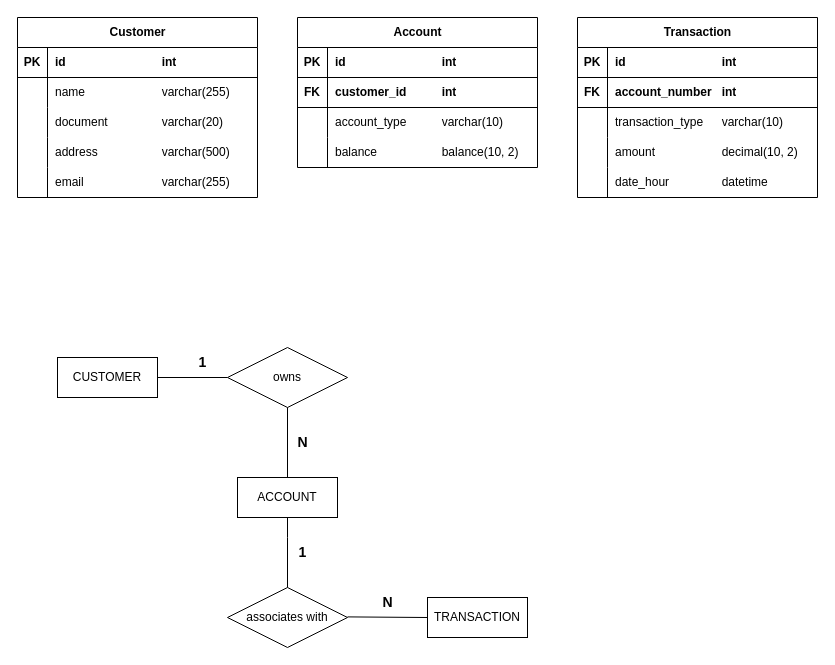
The draw.io diagram src/entities.diagram.drawio in joao21dev/contas-digitais, before the edit. Source tidied: cells renumbered, new cells numbered last; positions are measured from the earlier drawing's top-left corner, leaving out a move shared by most shapes. Both pictures are drawn from the tidied source at 100%, with x=0, y=0 at pixel (17, 17).
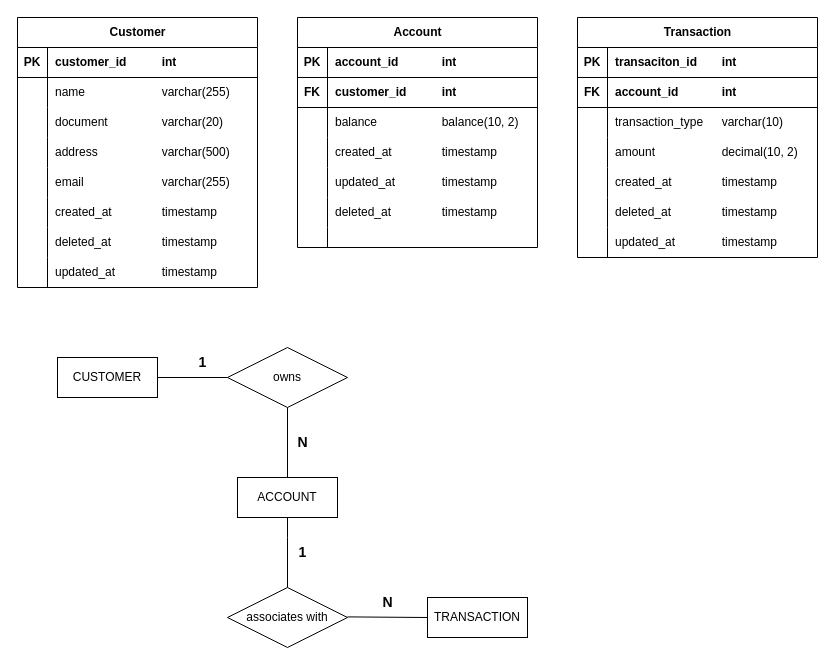
After the change.

The change refers to these unchanged cells:
```xml
<mxCell id="45" style="shape=tableRow;horizontal=0;startSize=0;swimlaneHead=0;swimlaneBody=0;fillColor=none;top=0;left=0;right=0;bottom=0;" parent="32" vertex="1">
  <mxGeometry y="150" width="240" height="30" as="geometry" />
</mxCell>
```

What changed in the source:
```diff
@@
     <mxCell id="3" value="Customer" style="shape=table;startSize=30;childLayout=tableLayout;rowLines=0;fontStyle=1;align=center;html=1;" parent="1" vertex="1">
-      <mxGeometry width="240" height="180" as="geometry" />
+      <mxGeometry width="240" height="270" as="geometry" />
     </mxCell>
@@
+    <mxCell id="65" style="shape=tableRow;horizontal=0;startSize=0;swimlaneHead=0;swimlaneBody=0;fillColor=none;top=0;left=0;right=0;bottom=0;" parent="3" vertex="1">
+      <mxGeometry y="180" width="240" height="30" as="geometry" />
+    </mxCell>
+    <mxCell id="66" style="shape=partialRectangle;fillColor=none;top=0;left=0;bottom=0;right=0;overflow=hidden;whiteSpace=wrap;html=1;" parent="65" vertex="1">
+      <mxGeometry width="30" height="30" as="geometry" />
+    </mxCell>
+    <mxCell id="67" value="created_at&lt;span style=&quot;white-space: pre;&quot;&gt;&#9;&lt;/span&gt;&lt;span style=&quot;white-space: pre;&quot;&gt;&#9;&lt;/span&gt;timestamp" style="shape=partialRectangle;fillColor=none;top=0;left=0;bottom=0;right=0;align=left;spacingLeft=6;overflow=hidden;whiteSpace=wrap;html=1;" parent="65" vertex="1">
+      <mxGeometry x="30" width="210" height="30" as="geometry" />
+    </mxCell>
+    <mxCell id="68" style="shape=tableRow;horizontal=0;startSize=0;swimlaneHead=0;swimlaneBody=0;fillColor=none;top=0;left=0;right=0;bottom=0;" parent="3" vertex="1">
+      <mxGeometry y="210" width="240" height="30" as="geometry" />
+    </mxCell>
+    <mxCell id="69" style="shape=partialRectangle;fillColor=none;top=0;left=0;bottom=0;right=0;overflow=hidden;whiteSpace=wrap;html=1;" parent="68" vertex="1">
+      <mxGeometry width="30" height="30" as="geometry" />
+    </mxCell>
+    <mxCell id="70" value="deleted_at&lt;span style=&quot;white-space: pre;&quot;&gt;&#9;&lt;/span&gt;&lt;span style=&quot;white-space: pre;&quot;&gt;&#9;&lt;/span&gt;timestamp" style="shape=partialRectangle;fillColor=none;top=0;left=0;bottom=0;right=0;align=left;spacingLeft=6;overflow=hidden;whiteSpace=wrap;html=1;" parent="68" vertex="1">
+      <mxGeometry x="30" width="210" height="30" as="geometry" />
+    </mxCell>
+    <mxCell id="71" style="shape=tableRow;horizontal=0;startSize=0;swimlaneHead=0;swimlaneBody=0;fillColor=none;top=0;left=0;right=0;bottom=0;" parent="3" vertex="1">
+      <mxGeometry y="240" width="240" height="30" as="geometry" />
+    </mxCell>
+    <mxCell id="72" style="shape=partialRectangle;fillColor=none;top=0;left=0;bottom=0;right=0;overflow=hidden;whiteSpace=wrap;html=1;" parent="71" vertex="1">
+      <mxGeometry width="30" height="30" as="geometry" />
+    </mxCell>
+    <mxCell id="73" value="updated_at&lt;span style=&quot;white-space: pre;&quot;&gt;&#9;&lt;/span&gt;&lt;span style=&quot;white-space: pre;&quot;&gt;&#9;&lt;/span&gt;timestamp" style="shape=partialRectangle;fillColor=none;top=0;left=0;bottom=0;right=0;align=left;spacingLeft=6;overflow=hidden;whiteSpace=wrap;html=1;" parent="71" vertex="1">
+      <mxGeometry x="30" width="210" height="30" as="geometry" />
+    </mxCell>
     <mxCell id="19" value="Account" style="shape=table;startSize=30;childLayout=tableLayout;rowLines=0;fontStyle=1;align=center;html=1;strokeColor=default;" parent="1" vertex="1">
-      <mxGeometry x="280" width="240" height="150" as="geometry" />
+      <mxGeometry x="280" width="240" height="230" as="geometry" />
     </mxCell>
@@
+    <mxCell id="29" style="shape=tableRow;horizontal=0;startSize=0;swimlaneHead=0;swimlaneBody=0;fillColor=none;top=0;left=0;right=0;bottom=0;" parent="19" vertex="1">
+      <mxGeometry y="90" width="240" height="30" as="geometry" />
+    </mxCell>
+    <mxCell id="30" style="shape=partialRectangle;fillColor=none;top=0;left=0;bottom=0;right=0;overflow=hidden;whiteSpace=wrap;html=1;" parent="29" vertex="1">
+      <mxGeometry width="30" height="30" as="geometry" />
+    </mxCell>
+    <mxCell id="31" value="balance&lt;span style=&quot;white-space: pre;&quot;&gt;&#9;&lt;/span&gt;&lt;span style=&quot;white-space: pre;&quot;&gt;&#9;&lt;/span&gt;&lt;span style=&quot;white-space: pre;&quot;&gt;&#9;&lt;/span&gt;balance(10, 2)" style="shape=partialRectangle;fillColor=none;top=0;left=0;bottom=0;right=0;align=left;spacingLeft=6;overflow=hidden;whiteSpace=wrap;html=1;" parent="29" vertex="1">
+      <mxGeometry x="30" width="210" height="30" as="geometry" />
+    </mxCell>
+    <mxCell id="74" style="shape=tableRow;horizontal=0;startSize=0;swimlaneHead=0;swimlaneBody=0;fillColor=none;top=0;left=0;right=0;bottom=0;" parent="19" vertex="1">
+      <mxGeometry y="120" width="240" height="30" as="geometry" />
+    </mxCell>
+    <mxCell id="75" style="shape=partialRectangle;fillColor=none;top=0;left=0;bottom=0;right=0;overflow=hidden;whiteSpace=wrap;html=1;" parent="74" vertex="1">
+      <mxGeometry width="30" height="30" as="geometry" />
+    </mxCell>
+    <mxCell id="76" value="created_at&amp;nbsp;&lt;span style=&quot;white-space: pre;&quot;&gt;&#9;&lt;/span&gt;&lt;span style=&quot;white-space: pre;&quot;&gt;&#9;&lt;/span&gt;timestamp" style="shape=partialRectangle;fillColor=none;top=0;left=0;bottom=0;right=0;align=left;spacingLeft=6;overflow=hidden;whiteSpace=wrap;html=1;" parent="74" vertex="1">
+      <mxGeometry x="30" width="210" height="30" as="geometry" />
+    </mxCell>
+    <mxCell id="77" style="shape=tableRow;horizontal=0;startSize=0;swimlaneHead=0;swimlaneBody=0;fillColor=none;top=0;left=0;right=0;bottom=0;" parent="19" vertex="1">
+      <mxGeometry y="150" width="240" height="30" as="geometry" />
+    </mxCell>
+    <mxCell id="78" style="shape=partialRectangle;fillColor=none;top=0;left=0;bottom=0;right=0;overflow=hidden;whiteSpace=wrap;html=1;" parent="77" vertex="1">
+      <mxGeometry width="30" height="30" as="geometry" />
+    </mxCell>
+    <mxCell id="79" value="updated_at&lt;span style=&quot;white-space: pre;&quot;&gt;&#9;&lt;/span&gt;&lt;span style=&quot;white-space: pre;&quot;&gt;&#9;&lt;/span&gt;timestamp" style="shape=partialRectangle;fillColor=none;top=0;left=0;bottom=0;right=0;align=left;spacingLeft=6;overflow=hidden;whiteSpace=wrap;html=1;" parent="77" vertex="1">
+      <mxGeometry x="30" width="210" height="30" as="geometry" />
+    </mxCell>
+    <mxCell id="80" style="shape=tableRow;horizontal=0;startSize=0;swimlaneHead=0;swimlaneBody=0;fillColor=none;top=0;left=0;right=0;bottom=0;" parent="19" vertex="1">
+      <mxGeometry y="180" width="240" height="30" as="geometry" />
+    </mxCell>
+    <mxCell id="81" style="shape=partialRectangle;fillColor=none;top=0;left=0;bottom=0;right=0;overflow=hidden;whiteSpace=wrap;html=1;" parent="80" vertex="1">
+      <mxGeometry width="30" height="30" as="geometry" />
+    </mxCell>
+    <mxCell id="82" value="deleted_at&lt;span style=&quot;white-space: pre;&quot;&gt;&#9;&lt;/span&gt;&lt;span style=&quot;white-space: pre;&quot;&gt;&#9;&lt;/span&gt;timestamp" style="shape=partialRectangle;fillColor=none;top=0;left=0;bottom=0;right=0;align=left;spacingLeft=6;overflow=hidden;whiteSpace=wrap;html=1;" parent="80" vertex="1">
+      <mxGeometry x="30" width="210" height="30" as="geometry" />
+    </mxCell>
     <mxCell id="26" style="shape=tableRow;horizontal=0;startSize=0;swimlaneHead=0;swimlaneBody=0;fillColor=none;top=0;left=0;right=0;bottom=0;" parent="19" vertex="1">
-      <mxGeometry y="90" width="240" height="30" as="geometry" />
+      <mxGeometry y="210" width="240" height="20" as="geometry" />
     </mxCell>
     <mxCell id="27" style="shape=partialRectangle;fillColor=none;top=0;left=0;bottom=0;right=0;overflow=hidden;whiteSpace=wrap;html=1;" parent="26" vertex="1">
-      <mxGeometry width="30" height="30" as="geometry" />
+      <mxGeometry width="30" height="20" as="geometry" />
     </mxCell>
-    <mxCell id="28" value="account_type&lt;span style=&quot;white-space: pre;&quot;&gt;&#9;&lt;/span&gt;&lt;span style=&quot;white-space: pre;&quot;&gt;&#9;&lt;/span&gt;varchar(10)" style="shape=partialRectangle;fillColor=none;top=0;left=0;bottom=0;right=0;align=left;spacingLeft=6;overflow=hidden;whiteSpace=wrap;html=1;" parent="26" vertex="1">
-      <mxGeometry x="30" width="210" height="30" as="geometry" />
+    <mxCell id="28" style="shape=partialRectangle;fillColor=none;top=0;left=0;bottom=0;right=0;align=left;spacingLeft=6;overflow=hidden;whiteSpace=wrap;html=1;" parent="26" vertex="1">
+      <mxGeometry x="30" width="210" height="20" as="geometry" />
     </mxCell>
-    <mxCell id="29" style="shape=tableRow;horizontal=0;startSize=0;swimlaneHead=0;swimlaneBody=0;fillColor=none;top=0;left=0;right=0;bottom=0;" parent="19" vertex="1">
-      <mxGeometry y="120" width="240" height="30" as="geometry" />
-    </mxCell>
-    <mxCell id="30" style="shape=partialRectangle;fillColor=none;top=0;left=0;bottom=0;right=0;overflow=hidden;whiteSpace=wrap;html=1;" parent="29" vertex="1">
-      <mxGeometry width="30" height="30" as="geometry" />
-    </mxCell>
-    <mxCell id="31" value="balance&lt;span style=&quot;white-space: pre;&quot;&gt;&#9;&lt;/span&gt;&lt;span style=&quot;white-space: pre;&quot;&gt;&#9;&lt;/span&gt;&lt;span style=&quot;white-space: pre;&quot;&gt;&#9;&lt;/span&gt;balance(10, 2)" style="shape=partialRectangle;fillColor=none;top=0;left=0;bottom=0;right=0;align=left;spacingLeft=6;overflow=hidden;whiteSpace=wrap;html=1;" parent="29" vertex="1">
-      <mxGeometry x="30" width="210" height="30" as="geometry" />
-    </mxCell>
     <mxCell id="32" value="Transaction" style="shape=table;startSize=30;childLayout=tableLayout;rowLines=0;fontStyle=1;align=center;html=1;" parent="1" vertex="1">
-      <mxGeometry x="560" width="240" height="180" as="geometry" />
+      <mxGeometry x="560" width="240" height="240" as="geometry" />
     </mxCell>
@@
-    <mxCell id="47" value="date_hour&lt;span style=&quot;white-space: pre;&quot;&gt;&#9;&lt;/span&gt;&lt;span style=&quot;white-space: pre;&quot;&gt;&#9;&lt;/span&gt;datetime" style="shape=partialRectangle;fillColor=none;top=0;left=0;bottom=0;right=0;align=left;spacingLeft=6;overflow=hidden;whiteSpace=wrap;html=1;" parent="45" vertex="1">
+    <mxCell id="47" value="created_at&lt;span style=&quot;white-space: pre;&quot;&gt;&#9;&lt;/span&gt;&lt;span style=&quot;white-space: pre;&quot;&gt;&#9;&lt;/span&gt;timestamp" style="shape=partialRectangle;fillColor=none;top=0;left=0;bottom=0;right=0;align=left;spacingLeft=6;overflow=hidden;whiteSpace=wrap;html=1;" parent="45" vertex="1">
       <mxGeometry x="30" width="210" height="30" as="geometry" />
     </mxCell>
+    <mxCell id="83" style="shape=tableRow;horizontal=0;startSize=0;swimlaneHead=0;swimlaneBody=0;fillColor=none;top=0;left=0;right=0;bottom=0;" parent="32" vertex="1">
+      <mxGeometry y="180" width="240" height="30" as="geometry" />
+    </mxCell>
+    <mxCell id="84" style="shape=partialRectangle;fillColor=none;top=0;left=0;bottom=0;right=0;overflow=hidden;whiteSpace=wrap;html=1;" parent="83" vertex="1">
+      <mxGeometry width="30" height="30" as="geometry" />
+    </mxCell>
+    <mxCell id="85" value="deleted_at&lt;span style=&quot;white-space: pre;&quot;&gt;&#9;&lt;/span&gt;&lt;span style=&quot;white-space: pre;&quot;&gt;&#9;&lt;/span&gt;timestamp" style="shape=partialRectangle;fillColor=none;top=0;left=0;bottom=0;right=0;align=left;spacingLeft=6;overflow=hidden;whiteSpace=wrap;html=1;" parent="83" vertex="1">
+      <mxGeometry x="30" width="210" height="30" as="geometry" />
+    </mxCell>
+    <mxCell id="86" style="shape=tableRow;horizontal=0;startSize=0;swimlaneHead=0;swimlaneBody=0;fillColor=none;top=0;left=0;right=0;bottom=0;" parent="32" vertex="1">
+      <mxGeometry y="210" width="240" height="30" as="geometry" />
+    </mxCell>
+    <mxCell id="87" style="shape=partialRectangle;fillColor=none;top=0;left=0;bottom=0;right=0;overflow=hidden;whiteSpace=wrap;html=1;" parent="86" vertex="1">
+      <mxGeometry width="30" height="30" as="geometry" />
+    </mxCell>
+    <mxCell id="88" value="updated_at&lt;span style=&quot;white-space: pre;&quot;&gt;&#9;&lt;/span&gt;&lt;span style=&quot;white-space: pre;&quot;&gt;&#9;&lt;/span&gt;timestamp" style="shape=partialRectangle;fillColor=none;top=0;left=0;bottom=0;right=0;align=left;spacingLeft=6;overflow=hidden;whiteSpace=wrap;html=1;" parent="86" vertex="1">
+      <mxGeometry x="30" width="210" height="30" as="geometry" />
+    </mxCell>
-    <mxCell id="48" value="&lt;b&gt;id&lt;span style=&quot;white-space: pre;&quot;&gt;&#9;&lt;span style=&quot;white-space: pre;&quot;&gt;&#9;&lt;/span&gt;&lt;span style=&quot;white-space: pre;&quot;&gt;&#9;&lt;/span&gt;&lt;span style=&quot;white-space: pre;&quot;&gt;&#9;&lt;/span&gt;&lt;/span&gt;int&lt;/b&gt;" style="shape=partialRectangle;fillColor=none;top=0;left=0;bottom=0;right=0;align=left;spacingLeft=6;overflow=hidden;whiteSpace=wrap;html=1;" parent="1" vertex="1">
+    <mxCell id="48" value="&lt;b&gt;transaciton_id&lt;span style=&quot;white-space: pre;&quot;&gt;&#9;&lt;/span&gt;int&lt;span style=&quot;white-space: pre;&quot;&gt;&#9;&lt;/span&gt;&lt;span style=&quot;white-space: pre;&quot;&gt;&#9;&lt;/span&gt;&lt;/b&gt;" style="shape=partialRectangle;fillColor=none;top=0;left=0;bottom=0;right=0;align=left;spacingLeft=6;overflow=hidden;whiteSpace=wrap;html=1;" parent="1" vertex="1">
       <mxGeometry x="590" y="30" width="210" height="30" as="geometry" />
     </mxCell>
-    <mxCell id="49" value="&lt;b&gt;account_number&amp;nbsp;&lt;span style=&quot;white-space: pre;&quot;&gt;&#9;&lt;/span&gt;int&lt;/b&gt;" style="shape=partialRectangle;fillColor=none;top=0;left=0;bottom=0;right=0;align=left;spacingLeft=6;overflow=hidden;whiteSpace=wrap;html=1;" parent="1" vertex="1">
+    <mxCell id="49" value="&lt;b&gt;account_id&lt;span style=&quot;white-space: pre;&quot;&gt;&#9;&lt;/span&gt;&lt;span style=&quot;white-space: pre;&quot;&gt;&#9;&lt;/span&gt;int&lt;/b&gt;" style="shape=partialRectangle;fillColor=none;top=0;left=0;bottom=0;right=0;align=left;spacingLeft=6;overflow=hidden;whiteSpace=wrap;html=1;" parent="1" vertex="1">
       <mxGeometry x="590" y="60" width="210" height="30" as="geometry" />
     </mxCell>
-    <mxCell id="50" value="&lt;b&gt;id&lt;span style=&quot;white-space: pre;&quot;&gt;&#9;&lt;span style=&quot;white-space: pre;&quot;&gt;&#9;&lt;/span&gt;&lt;span style=&quot;white-space: pre;&quot;&gt;&#9;&lt;/span&gt;&lt;span style=&quot;white-space: pre;&quot;&gt;&#9;&lt;/span&gt;&lt;/span&gt;int&lt;/b&gt;" style="shape=partialRectangle;fillColor=none;top=0;left=0;bottom=0;right=0;align=left;spacingLeft=6;overflow=hidden;whiteSpace=wrap;html=1;" parent="1" vertex="1">
+    <mxCell id="50" value="&lt;b&gt;customer_id&lt;span style=&quot;white-space: pre;&quot;&gt;&#9;&lt;/span&gt;&lt;span style=&quot;white-space: pre;&quot;&gt;&#9;&lt;/span&gt;int&lt;/b&gt;" style="shape=partialRectangle;fillColor=none;top=0;left=0;bottom=0;right=0;align=left;spacingLeft=6;overflow=hidden;whiteSpace=wrap;html=1;" parent="1" vertex="1">
       <mxGeometry x="30" y="30" width="210" height="30" as="geometry" />
     </mxCell>
-    <mxCell id="51" value="&lt;b&gt;id&amp;nbsp;&lt;span style=&quot;white-space: pre;&quot;&gt;&#9;&lt;span style=&quot;white-space: pre;&quot;&gt;&#9;&lt;/span&gt;&lt;span style=&quot;white-space: pre;&quot;&gt;&#9;&lt;/span&gt;&lt;span style=&quot;white-space: pre;&quot;&gt;&#9;&lt;/span&gt;&lt;/span&gt;int&lt;/b&gt;" style="shape=partialRectangle;fillColor=none;top=0;left=0;bottom=0;right=0;align=left;spacingLeft=6;overflow=hidden;whiteSpace=wrap;html=1;" parent="1" vertex="1">
+    <mxCell id="51" value="&lt;b&gt;account_id&lt;span style=&quot;white-space: pre;&quot;&gt;&#9;&lt;/span&gt;&lt;span style=&quot;white-space: pre;&quot;&gt;&#9;&lt;/span&gt;int&lt;/b&gt;" style="shape=partialRectangle;fillColor=none;top=0;left=0;bottom=0;right=0;align=left;spacingLeft=6;overflow=hidden;whiteSpace=wrap;html=1;" parent="1" vertex="1">
       <mxGeometry x="310" y="30" width="210" height="30" as="geometry" />
     </mxCell>
```
